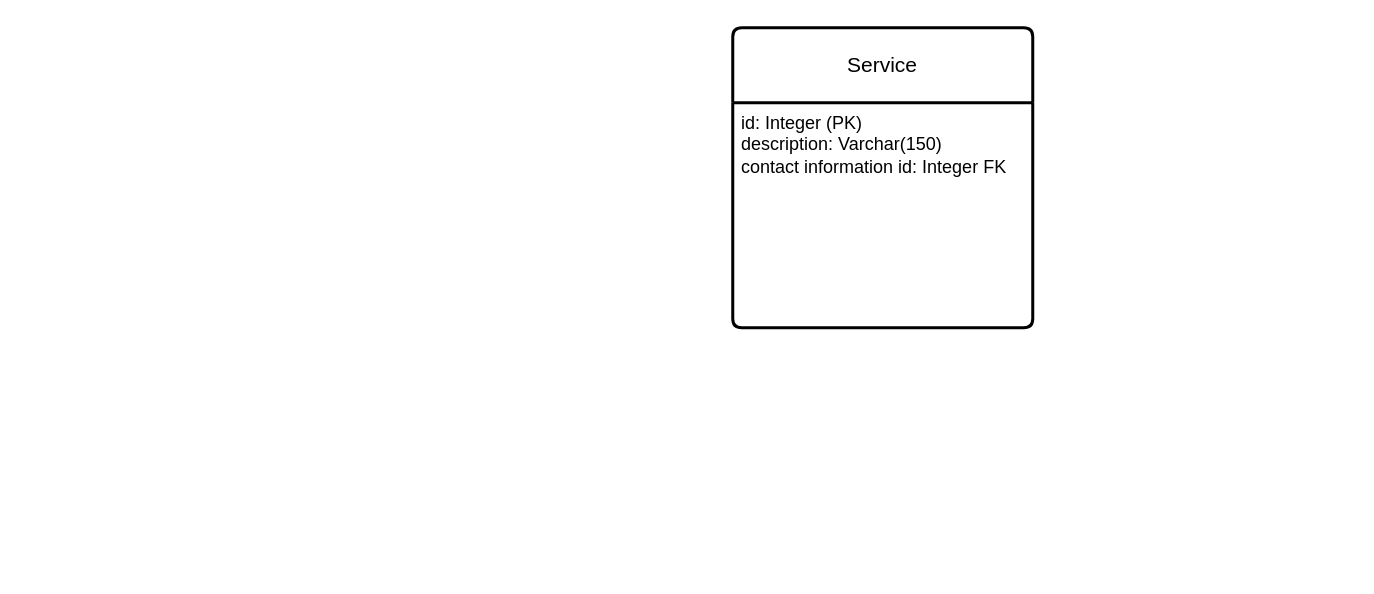
Above: caminoDiagrams/Diagrama fisico.drawio in DrDaxter/diagrams (draw.io), before the change. Source tidied: cells renumbered, new cells numbered last; positions are measured from the earlier drawing's top-left corner, leaving out a move shared by most shapes. Both pictures are drawn from the tidied source at 150%, with x=0, y=0 at pixel (732, 27).
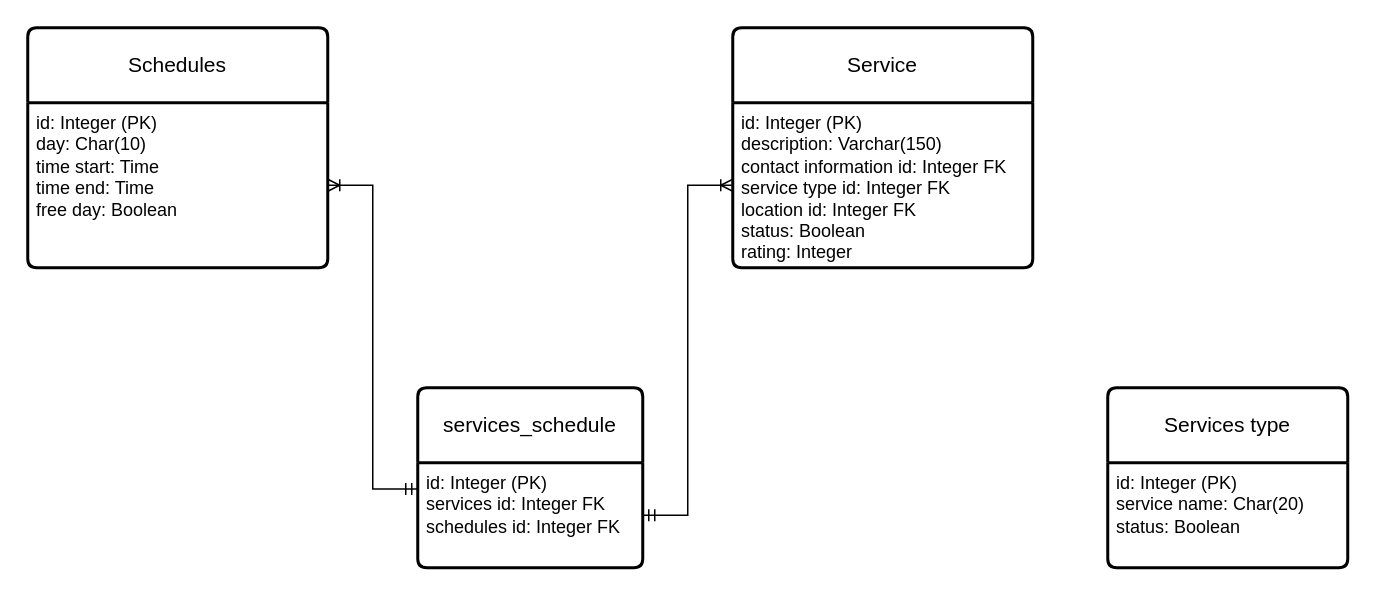
Above is the later version.

Diff of the diagram source:
```diff
@@
 <mxGraphModel>
   <root>
     <mxCell id="0" />
     <mxCell id="1" parent="0" />
     <mxCell id="2" value="Service" style="swimlane;horizontal=1;startSize=50;rounded=1;fontSize=14;fontStyle=0;strokeWidth=2;shadow=0;dashed=0;align=center;arcSize=4;whiteSpace=wrap;html=1;" parent="1" vertex="1">
-      <mxGeometry width="200" height="200" as="geometry" />
+      <mxGeometry width="200" height="160" as="geometry" />
     </mxCell>
-    <mxCell id="3" value="id: Integer (PK)&lt;br&gt;description: Varchar(150)&lt;br&gt;contact information id: Integer FK&lt;br&gt;" style="align=left;strokeColor=none;fillColor=none;spacingLeft=4;fontSize=12;verticalAlign=top;html=1;" parent="2" vertex="1">
-      <mxGeometry y="50" width="200" height="150" as="geometry" />
+    <mxCell id="3" value="id: Integer (PK)&lt;br&gt;description: Varchar(150)&lt;br&gt;contact information id: Integer FK&lt;br&gt;service type id: Integer FK&lt;br&gt;location id: Integer FK&lt;br&gt;status: Boolean&lt;br&gt;rating: Integer&amp;nbsp;" style="align=left;strokeColor=none;fillColor=none;spacingLeft=4;fontSize=12;verticalAlign=top;html=1;" parent="2" vertex="1">
+      <mxGeometry y="50" width="200" height="110" as="geometry" />
     </mxCell>
+    <mxCell id="4" value="Schedules" style="swimlane;horizontal=1;startSize=50;rounded=1;fontSize=14;fontStyle=0;strokeWidth=2;shadow=0;dashed=0;align=center;arcSize=4;whiteSpace=wrap;html=1;" parent="1" vertex="1">
+      <mxGeometry x="-470" width="200" height="160" as="geometry" />
+    </mxCell>
+    <mxCell id="5" value="id: Integer (PK)&lt;br&gt;day: Char(10)&lt;br&gt;time start: Time&lt;br&gt;time end: Time&lt;br&gt;free day: Boolean" style="align=left;strokeColor=none;fillColor=none;spacingLeft=4;fontSize=12;verticalAlign=top;html=1;" parent="4" vertex="1">
+      <mxGeometry y="50" width="200" height="110" as="geometry" />
+    </mxCell>
+    <mxCell id="6" value="services_schedule" style="swimlane;horizontal=1;startSize=50;rounded=1;fontSize=14;fontStyle=0;strokeWidth=2;shadow=0;dashed=0;align=center;arcSize=4;whiteSpace=wrap;html=1;" parent="1" vertex="1">
+      <mxGeometry x="-210" y="240" width="150" height="120" as="geometry" />
+    </mxCell>
+    <mxCell id="7" value="id: Integer (PK)&lt;br&gt;services id: Integer FK&lt;br&gt;schedules id: Integer FK" style="align=left;strokeColor=none;fillColor=none;spacingLeft=4;fontSize=12;verticalAlign=top;html=1;" parent="6" vertex="1">
+      <mxGeometry y="50" width="150" height="70" as="geometry" />
+    </mxCell>
+    <mxCell id="8" style="edgeStyle=entityRelationEdgeStyle;fontSize=12;html=1;endArrow=ERoneToMany;startArrow=ERmandOne;rounded=0;entryX=1;entryY=0.5;entryDx=0;entryDy=0;exitX=0;exitY=0.25;exitDx=0;exitDy=0;" parent="1" edge="1" source="7" target="5">
+      <mxGeometry relative="1" as="geometry">
+        <Array as="points">
+          <mxPoint x="-380" y="330" />
+          <mxPoint x="-310" y="270" />
+          <mxPoint x="-340" y="330" />
+        </Array>
+      </mxGeometry>
+    </mxCell>
+    <mxCell id="9" style="edgeStyle=entityRelationEdgeStyle;fontSize=12;html=1;endArrow=ERoneToMany;startArrow=ERmandOne;rounded=0;entryX=0;entryY=0.5;entryDx=0;entryDy=0;exitX=1;exitY=0.5;exitDx=0;exitDy=0;" parent="1" edge="1" source="7" target="3">
+      <mxGeometry relative="1" as="geometry">
+        <Array as="points">
+          <mxPoint x="-370" y="340" />
+          <mxPoint x="-300" y="280" />
+          <mxPoint x="-330" y="340" />
+        </Array>
+      </mxGeometry>
+    </mxCell>
+    <mxCell id="10" value="Services type" style="swimlane;horizontal=1;startSize=50;rounded=1;fontSize=14;fontStyle=0;strokeWidth=2;shadow=0;dashed=0;align=center;arcSize=4;whiteSpace=wrap;html=1;" parent="1" vertex="1">
+      <mxGeometry x="250" y="240" width="160" height="120" as="geometry" />
+    </mxCell>
+    <mxCell id="11" value="id: Integer (PK)&lt;br&gt;service name: Char(20)&lt;br&gt;status: Boolean" style="align=left;strokeColor=none;fillColor=none;spacingLeft=4;fontSize=12;verticalAlign=top;html=1;" parent="10" vertex="1">
+      <mxGeometry y="50" width="160" height="70" as="geometry" />
+    </mxCell>
   </root>
 </mxGraphModel>
```
